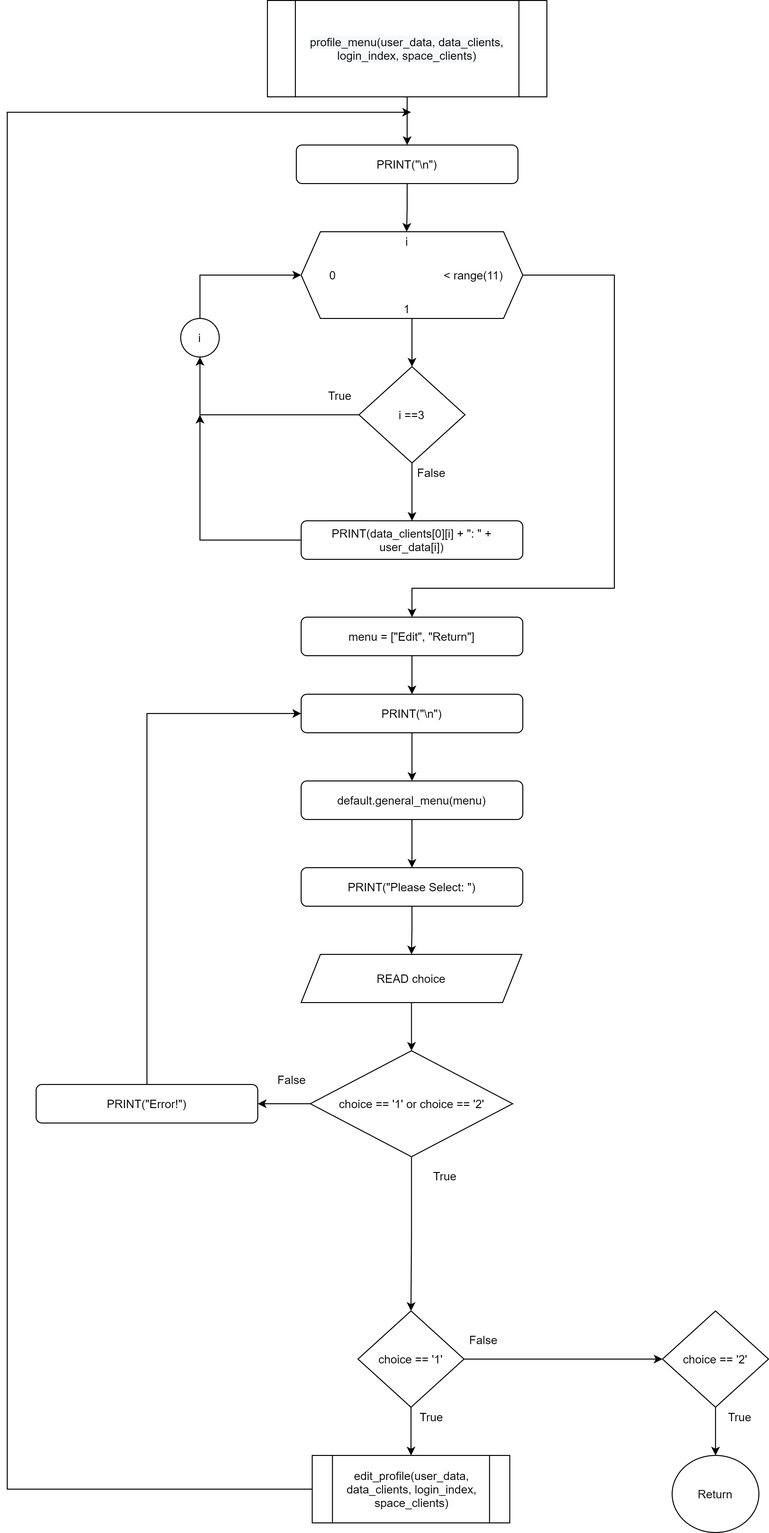
RabbitBear00/Car-Rental-System keeps this draw.io diagram as Flowchart/clients/profile_menu.png. Above is the earlier version. Source tidied: cells renumbered, new cells last; positions are measured from the earlier drawing's top-left corner, leaving out a move shared by most shapes.
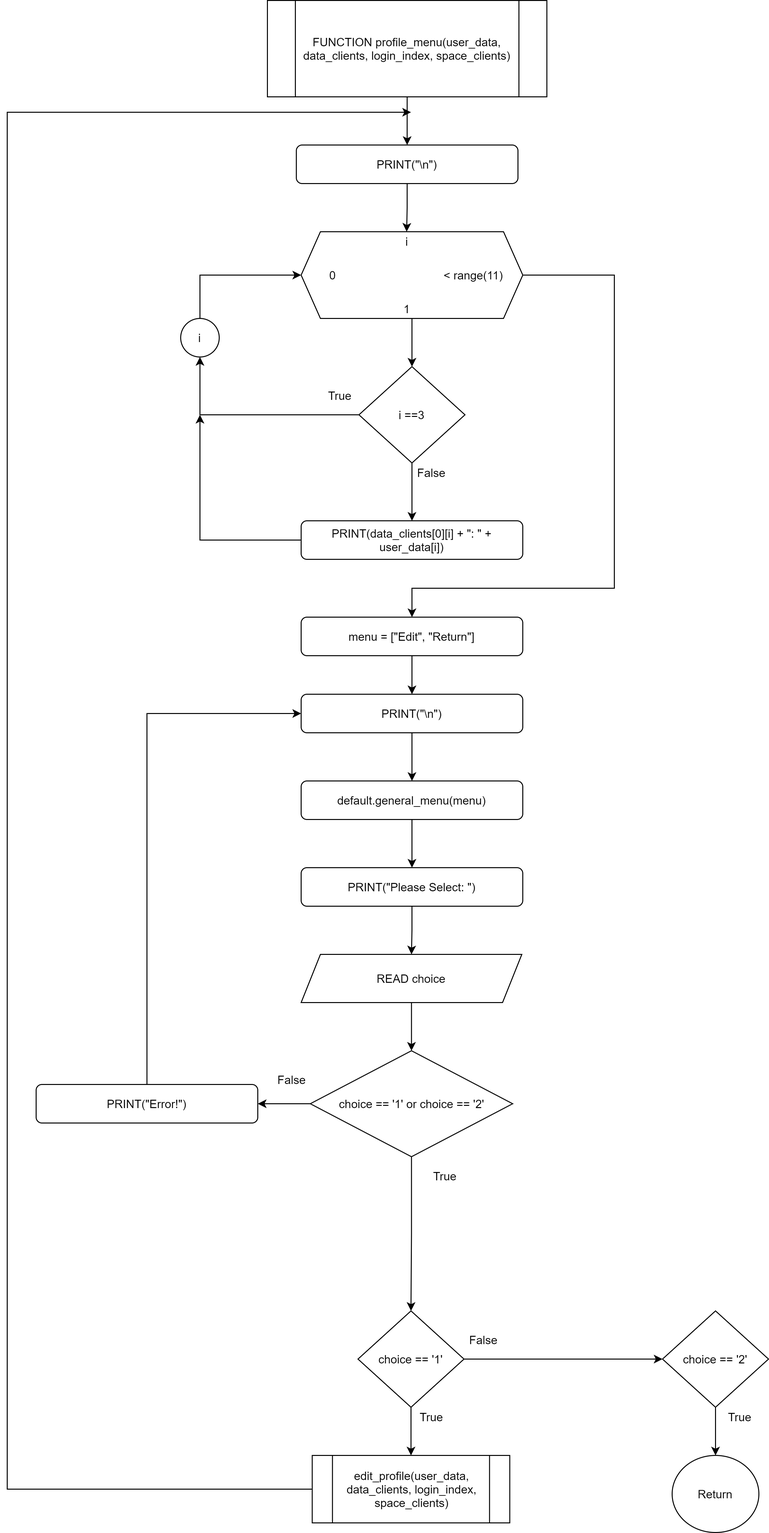
The same diagram one commit later.

The edit, as a diff of the source:
```diff
@@ -152,7 +152,7 @@
     <mxCell id="47" style="edgeStyle=orthogonalEdgeStyle;rounded=0;jettySize=auto;html=1;endArrow=classic;endFill=1;" parent="1" edge="1" source="48" target="9">
       <mxGeometry relative="1" as="geometry" />
     </mxCell>
-    <mxCell id="48" value="&#10;&#10;&lt;span style=&quot;color: rgb(0, 0, 0); font-family: helvetica; font-size: 12px; font-style: normal; font-weight: 400; letter-spacing: normal; text-align: center; text-indent: 0px; text-transform: none; word-spacing: 0px; background-color: rgb(248, 249, 250); display: inline; float: none;&quot;&gt;profile_menu(user_data, data_clients, login_index, space_clients)&lt;/span&gt;&#10;&#10;" style="shape=process;whiteSpace=wrap;html=1;backgroundOutline=1;" parent="1" vertex="1">
+    <mxCell id="48" value="FUNCTION profile_menu(user_data, data_clients, login_index, space_clients)" style="shape=process;whiteSpace=wrap;html=1;backgroundOutline=1;" parent="1" vertex="1">
       <mxGeometry x="270" width="290" height="100" as="geometry" />
     </mxCell>
     <mxCell id="49" style="edgeStyle=orthogonalEdgeStyle;rounded=0;jettySize=auto;html=1;endFill=1;exitX=0;exitY=0.5;exitDx=0;exitDy=0;" parent="1" edge="1" source="50">
```
